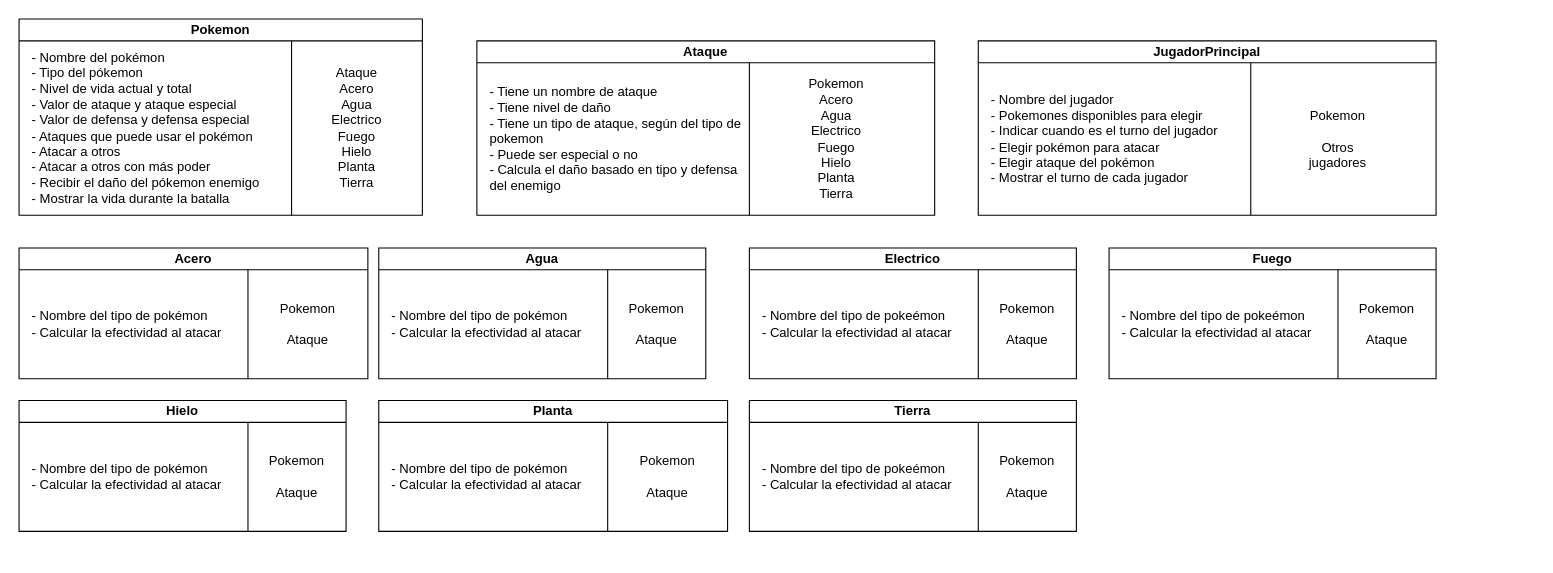
ucudal/pii_2024_2_equipo16 keeps this draw.io diagram as docs/Tarjetas CRC Primera Entrega.drawio. Above is the earlier version. Source tidied: cells renumbered, new cells numbered last; positions are measured from the earlier drawing's top-left corner, leaving out a move shared by most shapes. Both pictures are drawn from the tidied source at 109%, with x=0, y=0 at pixel (19, 19).
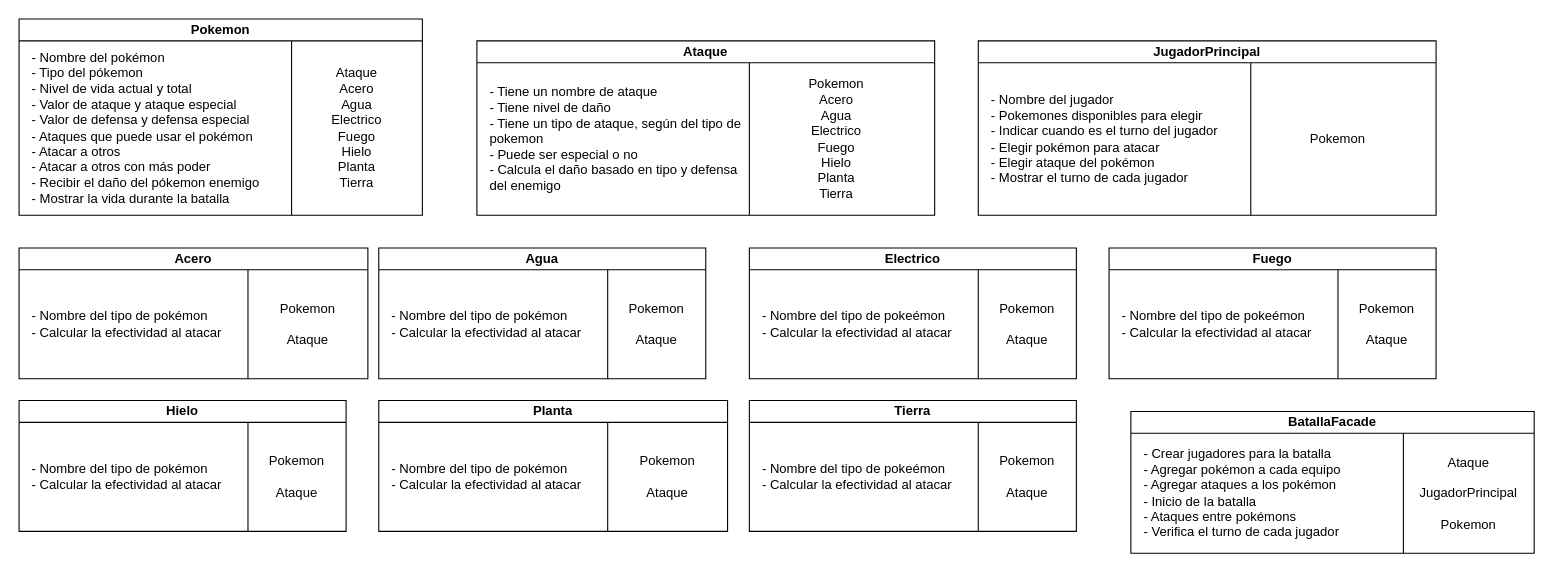
After the change.

Commit message (it also covers changes not shown here):
Agregué batallaFacade

Unchanged cells that the change refers to:
```xml
<mxCell id="38" value="JugadorPrincipal" style="swimlane;whiteSpace=wrap;html=1;startSize=20;" parent="1" vertex="1">
  <mxGeometry x="880" y="20" width="420" height="160" as="geometry" />
</mxCell>
```

Change to the diagram source:
```diff
@@
-    <mxCell id="41" value="&lt;div&gt;&lt;span style=&quot;background-color: initial;&quot;&gt;Pokemon&lt;/span&gt;&lt;br&gt;&lt;/div&gt;&lt;div&gt;&lt;span style=&quot;background-color: initial;&quot;&gt;&lt;br&gt;&lt;/span&gt;&lt;/div&gt;&lt;div&gt;&lt;span style=&quot;background-color: initial;&quot;&gt;Otros jugadores&lt;/span&gt;&lt;/div&gt;" style="text;html=1;align=center;verticalAlign=middle;whiteSpace=wrap;rounded=0;" parent="38" vertex="1">
+    <mxCell id="41" value="&lt;div&gt;&lt;span style=&quot;background-color: initial;&quot;&gt;Pokemon&lt;/span&gt;&lt;/div&gt;" style="text;html=1;align=center;verticalAlign=middle;whiteSpace=wrap;rounded=0;" parent="38" vertex="1">
       <mxGeometry x="300" y="75" width="60" height="30" as="geometry" />
     </mxCell>
+    <mxCell id="42" value="BatallaFacade" style="swimlane;whiteSpace=wrap;html=1;startSize=20;" parent="1" vertex="1">
+      <mxGeometry x="1020" y="360" width="370" height="130" as="geometry" />
+    </mxCell>
+    <mxCell id="43" value="- Crear jugadores para la batalla&lt;div&gt;&lt;div&gt;&lt;div&gt;- Agregar pokémon a cada equipo&amp;nbsp;&lt;/div&gt;&lt;div&gt;- Agregar ataques a los pokémon&lt;/div&gt;&lt;div&gt;- Inicio de la batalla&lt;/div&gt;&lt;/div&gt;&lt;div&gt;- Ataques entre pokémons&lt;/div&gt;&lt;div&gt;- Verifica el turno de cada jugador&lt;/div&gt;&lt;/div&gt;" style="text;html=1;align=left;verticalAlign=middle;whiteSpace=wrap;rounded=0;" parent="42" vertex="1">
+      <mxGeometry x="10" y="20" width="240" height="110" as="geometry" />
+    </mxCell>
+    <mxCell id="44" style="endArrow=none;html=1;rounded=0;exitX=1;exitY=1;exitDx=0;exitDy=0;" parent="42" edge="1" source="43">
+      <mxGeometry relative="1" as="geometry">
+        <mxPoint x="250" y="20" as="targetPoint" />
+        <Array as="points">
+          <mxPoint x="250" y="20" />
+        </Array>
+      </mxGeometry>
+    </mxCell>
+    <mxCell id="45" value="&lt;div&gt;Ataque&lt;/div&gt;&lt;div&gt;&lt;br&gt;&lt;/div&gt;&lt;div&gt;JugadorPrincipal&lt;/div&gt;&lt;div&gt;&lt;br&gt;&lt;/div&gt;&lt;div&gt;Pokemon&lt;/div&gt;" style="text;html=1;align=center;verticalAlign=middle;whiteSpace=wrap;rounded=0;" parent="42" vertex="1">
+      <mxGeometry x="260" y="20" width="100" height="110" as="geometry" />
+    </mxCell>
```
